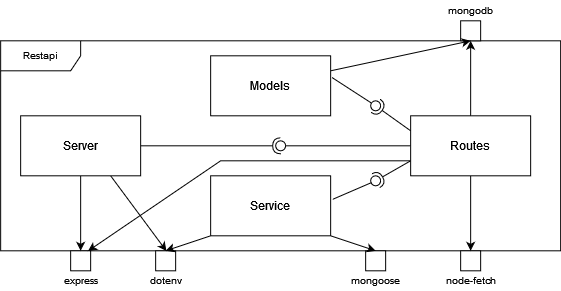
Earlier version of the draw.io export docs/images/whitebox_restapi.png (Arquisoft/dede_es5a). Source tidied: cells renumbered, new cells last; positions are measured from the earlier drawing's top-left corner, leaving out a move shared by most shapes.
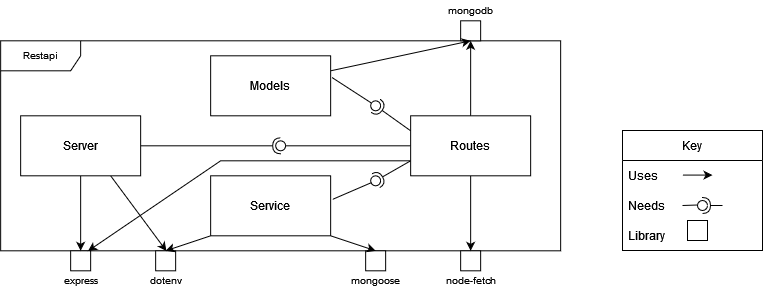
After the commit.

The edit, as a diff of the source:
```diff
@@ -108,5 +108,39 @@
     <mxCell id="34" style="endArrow=classic;html=1;rounded=0;fontSize=10;exitX=0.5;exitY=1;exitDx=0;exitDy=0;entryX=0.5;entryY=0;entryDx=0;entryDy=0;" parent="1" edge="1" source="5" target="32">
       <mxGeometry relative="1" as="geometry" />
     </mxCell>
+    <mxCell id="35" value="Key" style="swimlane;fontStyle=0;horizontal=1;startSize=30;" parent="1" vertex="1">
+      <mxGeometry x="622" y="130" width="140" height="120" as="geometry" />
+    </mxCell>
+    <mxCell id="36" value="Uses" style="text;strokeColor=none;fillColor=none;align=left;verticalAlign=middle;spacingLeft=4;spacingRight=4;overflow=hidden;" parent="35" vertex="1">
+      <mxGeometry y="30" width="140" height="30" as="geometry" />
+    </mxCell>
+    <mxCell id="37" style="endArrow=classic;html=1;rounded=0;" parent="35" edge="1">
+      <mxGeometry relative="1" as="geometry">
+        <mxPoint x="60" y="44.6" as="sourcePoint" />
+        <mxPoint x="90" y="44.6" as="targetPoint" />
+      </mxGeometry>
+    </mxCell>
+    <mxCell id="38" value="Needs" style="text;strokeColor=none;fillColor=none;align=left;verticalAlign=middle;spacingLeft=4;spacingRight=4;overflow=hidden;" parent="35" vertex="1">
+      <mxGeometry y="60" width="140" height="30" as="geometry" />
+    </mxCell>
+    <mxCell id="39" value="Library " style="text;strokeColor=none;fillColor=none;align=left;verticalAlign=middle;spacingLeft=4;spacingRight=4;overflow=hidden;" parent="35" vertex="1">
+      <mxGeometry y="90" width="140" height="30" as="geometry" />
+    </mxCell>
+    <mxCell id="40" style="rounded=0;jettySize=auto;html=1;endArrow=none;endFill=0;sketch=0;sourcePerimeterSpacing=0;targetPerimeterSpacing=0;" parent="1" edge="1" target="42">
+      <mxGeometry relative="1" as="geometry">
+        <mxPoint x="682" y="205" as="sourcePoint" />
+      </mxGeometry>
+    </mxCell>
+    <mxCell id="41" style="rounded=0;jettySize=auto;html=1;endArrow=halfCircle;endFill=0;entryX=0.5;entryY=0.5;endSize=6;strokeWidth=1;sketch=0;" parent="1" edge="1" target="42">
+      <mxGeometry relative="1" as="geometry">
+        <mxPoint x="722" y="205" as="sourcePoint" />
+      </mxGeometry>
+    </mxCell>
+    <mxCell id="42" style="ellipse;whiteSpace=wrap;html=1;align=center;points=[];outlineConnect=0;sketch=0;" parent="1" vertex="1">
+      <mxGeometry x="697" y="200" width="10" height="10" as="geometry" />
+    </mxCell>
+    <mxCell id="43" style="whiteSpace=wrap;html=1;fontSize=10;" parent="1" vertex="1">
+      <mxGeometry x="687" y="220" width="20" height="20" as="geometry" />
+    </mxCell>
   </root>
 </mxGraphModel>
```
